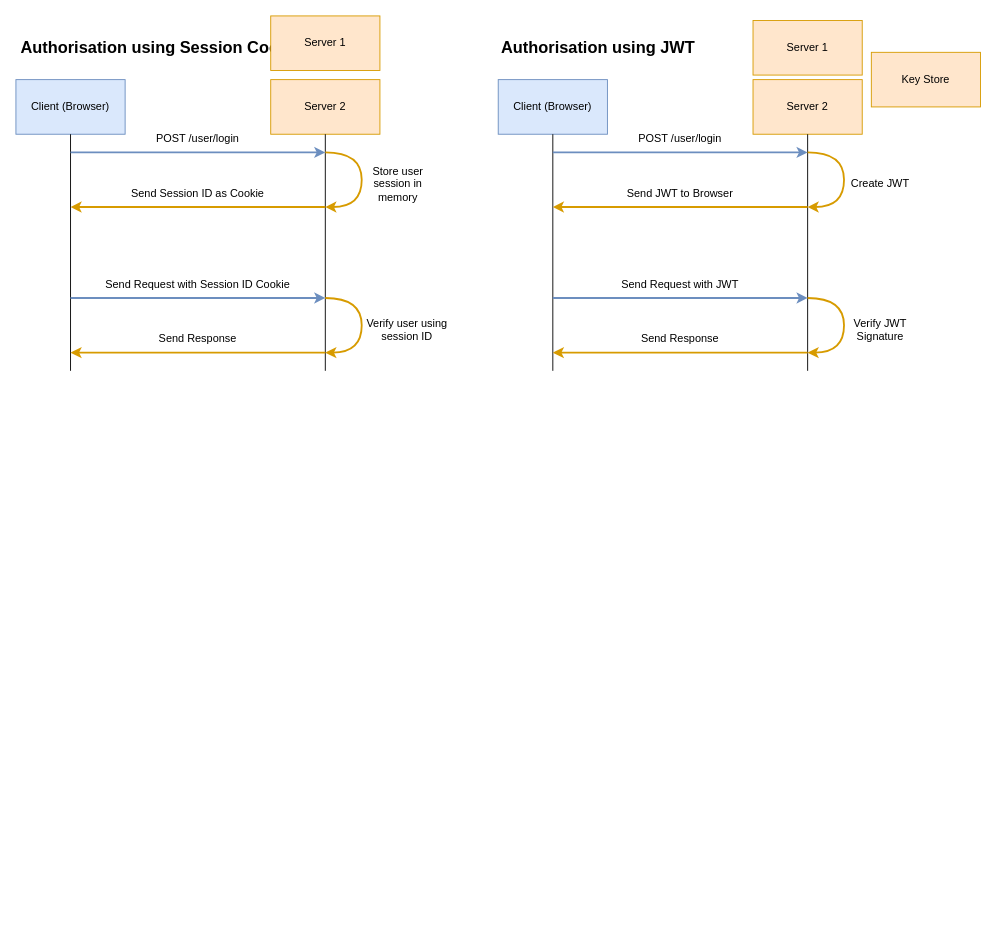
The draw.io diagram Untitled Diagram.drawio in SuezD/Learning, before the edit. Source tidied: cells renumbered, new cells numbered last; positions are measured from the earlier drawing's top-left corner, leaving out a move shared by most shapes. Both pictures are drawn from the tidied source at 91%, with x=0, y=0 at pixel (15, 15).
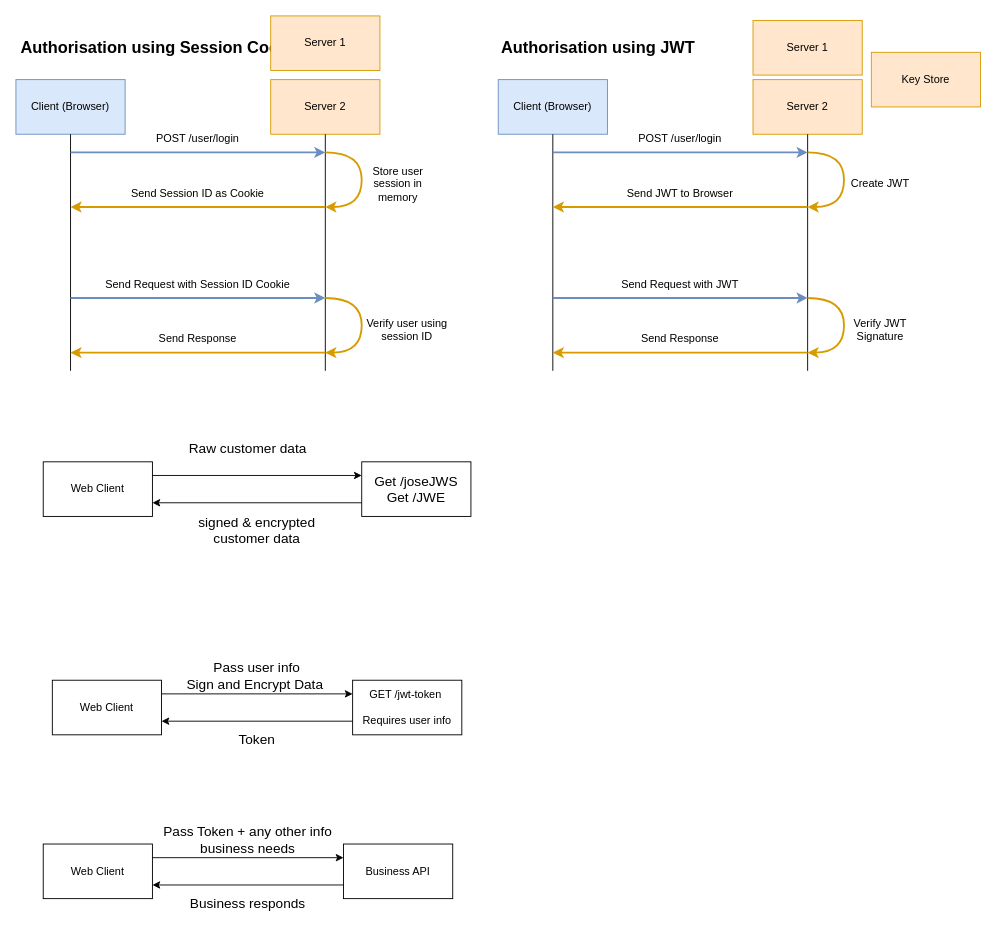
Above is the later version.

What changed in the source:
```diff
@@
+    <mxCell id="39" value="GET /jwt-token&amp;nbsp;&lt;br&gt;&lt;br&gt;Requires user info" style="rounded=0;whiteSpace=wrap;html=1;" parent="1" vertex="1">
+      <mxGeometry x="370" y="730" width="120" height="60" as="geometry" />
+    </mxCell>
+    <mxCell id="40" value="Web Client" style="rounded=0;whiteSpace=wrap;html=1;" parent="1" vertex="1">
+      <mxGeometry x="40" y="730" width="120" height="60" as="geometry" />
+    </mxCell>
+    <mxCell id="41" style="endArrow=classic;html=1;rounded=0;exitX=1;exitY=0.25;exitDx=0;exitDy=0;entryX=0;entryY=0.25;entryDx=0;entryDy=0;" parent="1" edge="1" source="40" target="39">
+      <mxGeometry relative="1" as="geometry" />
+    </mxCell>
+    <mxCell id="42" style="endArrow=classic;html=1;rounded=0;entryX=1;entryY=0.75;entryDx=0;entryDy=0;exitX=0;exitY=0.75;exitDx=0;exitDy=0;" parent="1" edge="1" source="39" target="40">
+      <mxGeometry relative="1" as="geometry" />
+    </mxCell>
+    <mxCell id="43" value="&lt;font style=&quot;font-size: 15px&quot;&gt;Pass user info&lt;br&gt;Sign and Encrypt Data&amp;nbsp;&lt;br&gt;&lt;/font&gt;" style="text;html=1;strokeColor=none;fillColor=none;align=center;verticalAlign=middle;whiteSpace=wrap;rounded=0;" parent="1" vertex="1">
+      <mxGeometry x="170" y="710" width="190" height="30" as="geometry" />
+    </mxCell>
+    <mxCell id="44" value="Web Client" style="rounded=0;whiteSpace=wrap;html=1;" parent="1" vertex="1">
+      <mxGeometry x="30" y="490" width="120" height="60" as="geometry" />
+    </mxCell>
+    <mxCell id="45" value="Get /joseJWS&lt;br&gt;Get /JWE" style="rounded=0;whiteSpace=wrap;html=1;fontSize=15;" parent="1" vertex="1">
+      <mxGeometry x="380" y="490" width="120" height="60" as="geometry" />
+    </mxCell>
+    <mxCell id="46" style="endArrow=classic;html=1;rounded=0;fontSize=15;exitX=1;exitY=0.25;exitDx=0;exitDy=0;entryX=0;entryY=0.25;entryDx=0;entryDy=0;" parent="1" edge="1" source="44" target="45">
+      <mxGeometry relative="1" as="geometry" />
+    </mxCell>
+    <mxCell id="47" style="endArrow=classic;html=1;rounded=0;fontSize=15;entryX=1;entryY=0.75;entryDx=0;entryDy=0;exitX=0;exitY=0.75;exitDx=0;exitDy=0;" parent="1" edge="1" source="45" target="44">
+      <mxGeometry relative="1" as="geometry" />
+    </mxCell>
+    <mxCell id="48" value="&lt;font style=&quot;font-size: 15px&quot;&gt;Raw customer data&lt;br&gt;&lt;/font&gt;" style="text;html=1;strokeColor=none;fillColor=none;align=center;verticalAlign=middle;whiteSpace=wrap;rounded=0;" parent="1" vertex="1">
+      <mxGeometry x="160" y="460" width="190" height="30" as="geometry" />
+    </mxCell>
+    <mxCell id="49" value="&lt;font style=&quot;font-size: 15px&quot;&gt;signed &amp;amp; encrypted customer data&lt;br&gt;&lt;/font&gt;" style="text;html=1;strokeColor=none;fillColor=none;align=center;verticalAlign=middle;whiteSpace=wrap;rounded=0;" parent="1" vertex="1">
+      <mxGeometry x="170" y="550" width="190" height="30" as="geometry" />
+    </mxCell>
+    <mxCell id="50" value="&lt;font style=&quot;font-size: 15px&quot;&gt;Token&lt;br&gt;&lt;/font&gt;" style="text;html=1;strokeColor=none;fillColor=none;align=center;verticalAlign=middle;whiteSpace=wrap;rounded=0;" parent="1" vertex="1">
+      <mxGeometry x="170" y="780" width="190" height="30" as="geometry" />
+    </mxCell>
+    <mxCell id="51" value="Business API" style="rounded=0;whiteSpace=wrap;html=1;" parent="1" vertex="1">
+      <mxGeometry x="360" y="910" width="120" height="60" as="geometry" />
+    </mxCell>
+    <mxCell id="52" value="Web Client" style="rounded=0;whiteSpace=wrap;html=1;" parent="1" vertex="1">
+      <mxGeometry x="30" y="910" width="120" height="60" as="geometry" />
+    </mxCell>
+    <mxCell id="53" style="endArrow=classic;html=1;rounded=0;exitX=1;exitY=0.25;exitDx=0;exitDy=0;entryX=0;entryY=0.25;entryDx=0;entryDy=0;" parent="1" edge="1" source="52" target="51">
+      <mxGeometry relative="1" as="geometry" />
+    </mxCell>
+    <mxCell id="54" style="endArrow=classic;html=1;rounded=0;entryX=1;entryY=0.75;entryDx=0;entryDy=0;exitX=0;exitY=0.75;exitDx=0;exitDy=0;" parent="1" edge="1" source="51" target="52">
+      <mxGeometry relative="1" as="geometry" />
+    </mxCell>
+    <mxCell id="55" value="&lt;font style=&quot;font-size: 15px&quot;&gt;Pass Token + any other info business needs&lt;br&gt;&lt;/font&gt;" style="text;html=1;strokeColor=none;fillColor=none;align=center;verticalAlign=middle;whiteSpace=wrap;rounded=0;" parent="1" vertex="1">
+      <mxGeometry x="160" y="890" width="190" height="30" as="geometry" />
+    </mxCell>
+    <mxCell id="56" value="&lt;font style=&quot;font-size: 15px&quot;&gt;Business responds&lt;br&gt;&lt;/font&gt;" style="text;html=1;strokeColor=none;fillColor=none;align=center;verticalAlign=middle;whiteSpace=wrap;rounded=0;" parent="1" vertex="1">
+      <mxGeometry x="160" y="960" width="190" height="30" as="geometry" />
+    </mxCell>
```
